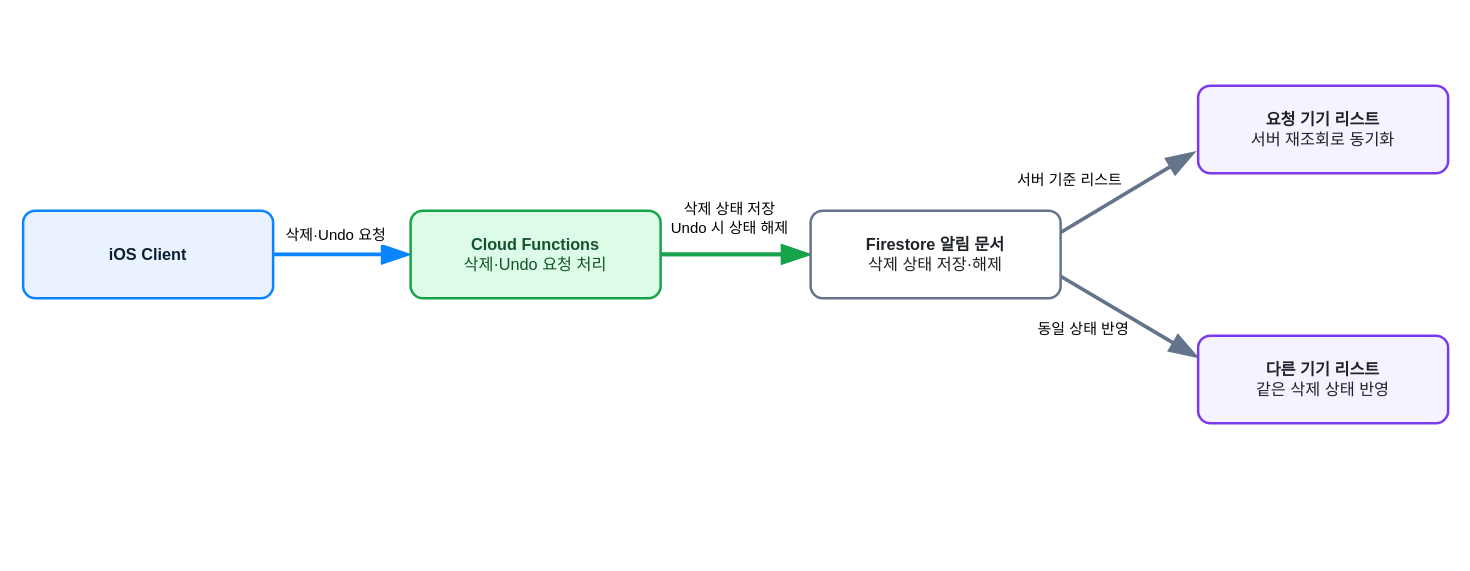
This is page "Delete Undo Flow" (2 of 7) of docs/DevLog.drawio from opficdev/DevLog_iOS, a draw.io file, before an edit. Source tidied: cells renumbered, new cells numbered last; positions are measured from the earlier drawing's top-left corner, leaving out a move shared by most shapes. Both pictures are drawn from the tidied source at 125%, with x=0, y=0 at pixel (22, 85).
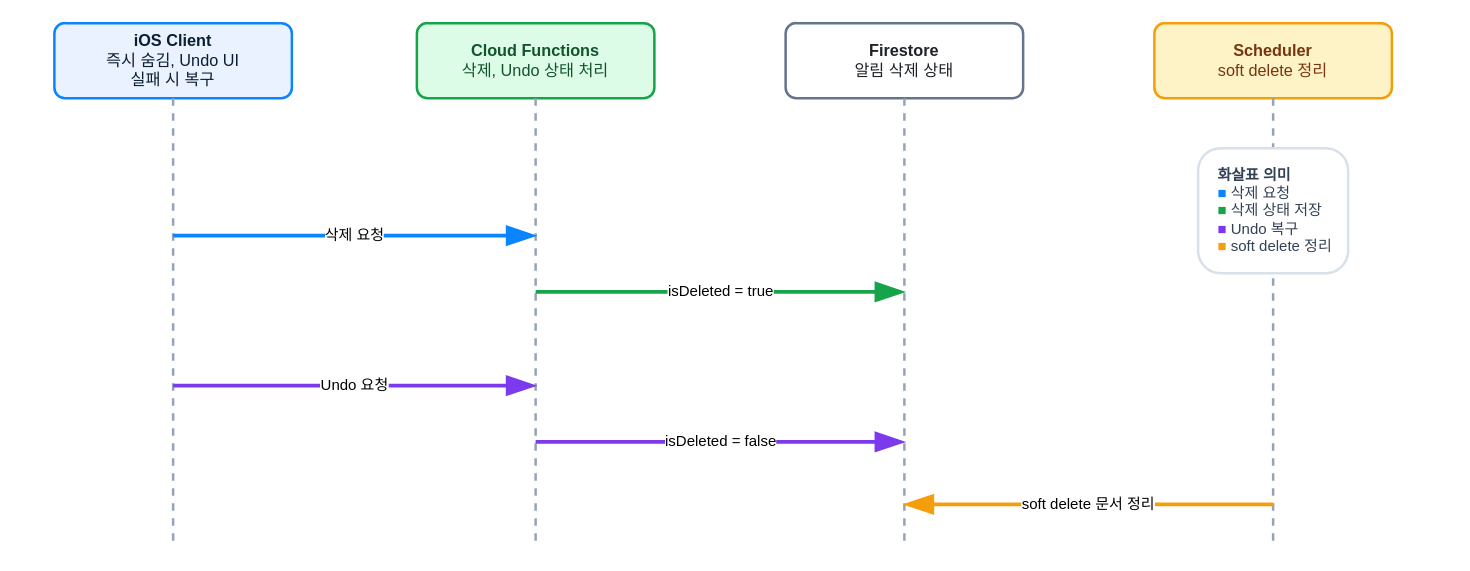
The same diagram, later.

Diff of the diagram source:
```diff
@@
-    <mxCell id="2" value="&lt;b&gt;iOS Client&lt;/b&gt;" style="rounded=1;arcSize=14;whiteSpace=wrap;html=1;fillColor=#EAF2FF;strokeColor=#0A84FF;strokeWidth=2;fontColor=#0B1F33;fontSize=13;align=center;" parent="1" vertex="1">
-      <mxGeometry y="100" width="200" height="70" as="geometry" />
-    </mxCell>
-    <mxCell id="3" value="삭제·Undo 요청" style="endArrow=blockThin;endFill=1;endSize=16;html=1;rounded=1;strokeColor=#0A84FF;strokeWidth=3;labelBackgroundColor=#FFFFFF;fontSize=12;" parent="1" edge="1" source="2" target="8">
-      <mxGeometry x="-0.09" y="15" relative="1" as="geometry" />
-    </mxCell>
-    <mxCell id="4" value="삭제 상태 저장&lt;div&gt;Undo 시 상태 해제&lt;/div&gt;" style="endArrow=blockThin;endFill=1;endSize=16;html=1;rounded=1;strokeColor=#16A34A;strokeWidth=3;labelBackgroundColor=#FFFFFF;fontSize=12;" parent="1" edge="1" source="8" target="9">
-      <mxGeometry x="-0.09" y="29" relative="1" as="geometry" />
-    </mxCell>
-    <mxCell id="5" style="endArrow=blockThin;endFill=1;endSize=16;html=1;rounded=1;strokeColor=#16A34A;strokeWidth=3;labelBackgroundColor=#FFFFFF;fontSize=12;entryX=0;entryY=0.5;entryDx=0;entryDy=0;" parent="1" edge="1" source="8" target="9">
-      <mxGeometry x="0.09" y="9" relative="1" as="geometry" />
-    </mxCell>
-    <mxCell id="6" value="서버 기준 리스트" style="endArrow=blockThin;endFill=1;endSize=16;html=1;rounded=1;strokeColor=#64748B;strokeWidth=3;labelBackgroundColor=#FFFFFF;fontSize=12;exitX=1;exitY=0.25;exitDx=0;exitDy=0;entryX=-0.012;entryY=0.756;entryDx=0;entryDy=0;entryPerimeter=0;" parent="1" edge="1" source="9" target="10">
-      <mxGeometry x="-0.57" y="32" relative="1" as="geometry" />
-    </mxCell>
-    <mxCell id="7" value="동일 상태 반영" style="endArrow=blockThin;endFill=1;endSize=16;html=1;rounded=1;strokeColor=#64748B;strokeWidth=3;labelBackgroundColor=#FFFFFF;fontSize=12;exitX=1;exitY=0.75;exitDx=0;exitDy=0;entryX=0;entryY=0.25;entryDx=0;entryDy=0;" parent="1" edge="1" source="9" target="11">
-      <mxGeometry x="-0.42" y="-28" relative="1" as="geometry" />
-    </mxCell>
+    <mxCell id="12" value="&lt;b&gt;iOS Client&lt;/b&gt;&lt;br&gt;&lt;span style=&quot;font-weight: normal;&quot;&gt;즉시 숨김, Undo UI&lt;br&gt;실패 시 복구&lt;/span&gt;" style="rounded=1;arcSize=14;whiteSpace=wrap;html=1;fillColor=#EAF2FF;strokeColor=#0A84FF;strokeWidth=2;fontColor=#0B1F33;fontSize=13;align=center;" parent="1" vertex="1">
+      <mxGeometry x="25" y="-50" width="190" height="60" as="geometry" />
+    </mxCell>
-    <mxCell id="8" value="&lt;b&gt;Cloud Functions&lt;/b&gt;&lt;br&gt;&lt;span style=&quot;font-weight: normal;&quot;&gt;삭제·Undo 요청 처리&lt;/span&gt;" style="rounded=1;arcSize=14;whiteSpace=wrap;html=1;fillColor=#DCFCE7;strokeColor=#16A34A;strokeWidth=2;fontColor=#14532D;fontSize=13;align=center;" parent="1" vertex="1">
-      <mxGeometry x="310" y="100" width="200" height="70" as="geometry" />
+    <mxCell id="8" value="&lt;b&gt;Cloud Functions&lt;/b&gt;&lt;br&gt;&lt;span style=&quot;font-weight: normal;&quot;&gt;삭제, Undo 상태 처리&lt;/span&gt;" style="rounded=1;arcSize=14;whiteSpace=wrap;html=1;fillColor=#DCFCE7;strokeColor=#16A34A;strokeWidth=2;fontColor=#14532D;fontSize=13;align=center;" parent="1" vertex="1">
+      <mxGeometry x="315" y="-50" width="190" height="60" as="geometry" />
     </mxCell>
-    <mxCell id="9" value="&lt;b&gt;Firestore 알림 문서&lt;/b&gt;&lt;br&gt;&lt;span style=&quot;font-weight: normal;&quot;&gt;삭제 상태 저장·해제&lt;/span&gt;" style="rounded=1;arcSize=14;whiteSpace=wrap;html=1;fillColor=#FFFFFF;strokeColor=#64748B;strokeWidth=2;fontColor=#1F2328;fontSize=13;align=center;" parent="1" vertex="1">
-      <mxGeometry x="630" y="100" width="200" height="70" as="geometry" />
+    <mxCell id="9" value="&lt;b&gt;Firestore&lt;/b&gt;&lt;br&gt;&lt;span style=&quot;font-weight: normal;&quot;&gt;알림 삭제 상태&lt;/span&gt;" style="rounded=1;arcSize=14;whiteSpace=wrap;html=1;fillColor=#FFFFFF;strokeColor=#64748B;strokeWidth=2;fontColor=#1F2328;fontSize=13;align=center;" parent="1" vertex="1">
+      <mxGeometry x="610" y="-50" width="190" height="60" as="geometry" />
     </mxCell>
-    <mxCell id="10" value="&lt;b&gt;요청 기기 리스트&lt;/b&gt;&lt;br&gt;&lt;span style=&quot;font-weight: normal;&quot;&gt;서버 재조회로 동기화&lt;/span&gt;" style="rounded=1;arcSize=14;whiteSpace=wrap;html=1;fillColor=#F5F3FF;strokeColor=#7C3AED;strokeWidth=2;fontColor=#1F2328;fontSize=13;align=center;" parent="1" vertex="1">
-      <mxGeometry x="940" width="200" height="70" as="geometry" />
-    </mxCell>
-    <mxCell id="11" value="&lt;b&gt;다른 기기 리스트&lt;/b&gt;&lt;br&gt;&lt;span style=&quot;font-weight: normal;&quot;&gt;같은 삭제 상태 반영&lt;/span&gt;" style="rounded=1;arcSize=14;whiteSpace=wrap;html=1;fillColor=#F5F3FF;strokeColor=#7C3AED;strokeWidth=2;fontColor=#1F2328;fontSize=13;align=center;" parent="1" vertex="1">
-      <mxGeometry x="940" y="200" width="200" height="70" as="geometry" />
-    </mxCell>
+    <mxCell id="13" value="&lt;b&gt;Scheduler&lt;/b&gt;&lt;br&gt;&lt;span style=&quot;font-weight: normal;&quot;&gt;soft delete 정리&lt;/span&gt;" style="rounded=1;arcSize=14;whiteSpace=wrap;html=1;fillColor=#FEF3C7;strokeColor=#F59E0B;strokeWidth=2;fontColor=#78350F;fontSize=13;align=center;" parent="1" vertex="1">
+      <mxGeometry x="905" y="-50" width="190" height="60" as="geometry" />
+    </mxCell>
+    <mxCell id="14" style="html=1;endArrow=none;dashed=1;strokeColor=#94A3B8;strokeWidth=2;" parent="1" edge="1">
+      <mxGeometry relative="1" as="geometry">
+        <mxPoint x="120" y="10" as="sourcePoint" />
+        <mxPoint x="120" y="370" as="targetPoint" />
+      </mxGeometry>
+    </mxCell>
+    <mxCell id="15" style="html=1;endArrow=none;dashed=1;strokeColor=#94A3B8;strokeWidth=2;" parent="1" edge="1">
+      <mxGeometry relative="1" as="geometry">
+        <mxPoint x="410" y="10" as="sourcePoint" />
+        <mxPoint x="410" y="370" as="targetPoint" />
+      </mxGeometry>
+    </mxCell>
+    <mxCell id="16" style="html=1;endArrow=none;dashed=1;strokeColor=#94A3B8;strokeWidth=2;" parent="1" edge="1">
+      <mxGeometry relative="1" as="geometry">
+        <mxPoint x="705" y="10" as="sourcePoint" />
+        <mxPoint x="705" y="370" as="targetPoint" />
+      </mxGeometry>
+    </mxCell>
+    <mxCell id="17" style="html=1;endArrow=none;dashed=1;strokeColor=#94A3B8;strokeWidth=2;" parent="1" edge="1">
+      <mxGeometry relative="1" as="geometry">
+        <mxPoint x="1000" y="10" as="sourcePoint" />
+        <mxPoint x="1000" y="370" as="targetPoint" />
+      </mxGeometry>
+    </mxCell>
+    <mxCell id="18" value="&lt;b&gt;화살표 의미&lt;/b&gt;&lt;br&gt;&lt;font color=&quot;#0A84FF&quot;&gt;■&lt;/font&gt; 삭제 요청&lt;br&gt;&lt;font color=&quot;#16A34A&quot;&gt;■&lt;/font&gt; 삭제 상태 저장&lt;br&gt;&lt;font color=&quot;#7C3AED&quot;&gt;■&lt;/font&gt; Undo 복구&lt;br&gt;&lt;font color=&quot;#F59E0B&quot;&gt;■&lt;/font&gt; soft delete 정리" style="rounded=1;arcSize=18;whiteSpace=wrap;html=1;fillColor=#FFFFFF;strokeColor=#D8E0EA;strokeWidth=2;fontColor=#334155;fontSize=12;align=left;spacingLeft=14;" parent="1" vertex="1">
+      <mxGeometry x="940" y="50" width="120" height="100" as="geometry" />
+    </mxCell>
+    <mxCell id="19" value="삭제 요청" style="endArrow=blockThin;endFill=1;endSize=16;html=1;rounded=1;strokeColor=#0A84FF;strokeWidth=3;labelBackgroundColor=#FFFFFF;fontSize=12;" parent="1" edge="1">
+      <mxGeometry relative="1" as="geometry">
+        <mxPoint x="120" y="120" as="sourcePoint" />
+        <mxPoint x="410" y="120" as="targetPoint" />
+      </mxGeometry>
+    </mxCell>
+    <mxCell id="20" value="isDeleted = true" style="endArrow=blockThin;endFill=1;endSize=16;html=1;rounded=1;strokeColor=#16A34A;strokeWidth=3;labelBackgroundColor=#FFFFFF;fontSize=12;" parent="1" edge="1">
+      <mxGeometry relative="1" as="geometry">
+        <mxPoint x="410" y="165" as="sourcePoint" />
+        <mxPoint x="705" y="165" as="targetPoint" />
+      </mxGeometry>
+    </mxCell>
+    <mxCell id="21" value="Undo 요청" style="endArrow=blockThin;endFill=1;endSize=16;html=1;rounded=1;strokeColor=#7C3AED;strokeWidth=3;labelBackgroundColor=#FFFFFF;fontSize=12;" parent="1" edge="1">
+      <mxGeometry relative="1" as="geometry">
+        <mxPoint x="120" y="240" as="sourcePoint" />
+        <mxPoint x="410" y="240" as="targetPoint" />
+      </mxGeometry>
+    </mxCell>
+    <mxCell id="22" value="isDeleted = false" style="endArrow=blockThin;endFill=1;endSize=16;html=1;rounded=1;strokeColor=#7C3AED;strokeWidth=3;labelBackgroundColor=#FFFFFF;fontSize=12;" parent="1" edge="1">
+      <mxGeometry relative="1" as="geometry">
+        <mxPoint x="410" y="285" as="sourcePoint" />
+        <mxPoint x="705" y="285" as="targetPoint" />
+      </mxGeometry>
+    </mxCell>
+    <mxCell id="23" value="soft delete 문서 정리" style="endArrow=blockThin;endFill=1;endSize=16;html=1;rounded=1;strokeColor=#F59E0B;strokeWidth=3;labelBackgroundColor=#FFFFFF;fontSize=12;" parent="1" edge="1">
+      <mxGeometry relative="1" as="geometry">
+        <mxPoint x="1000" y="335" as="sourcePoint" />
+        <mxPoint x="705" y="335" as="targetPoint" />
+      </mxGeometry>
+    </mxCell>
```
